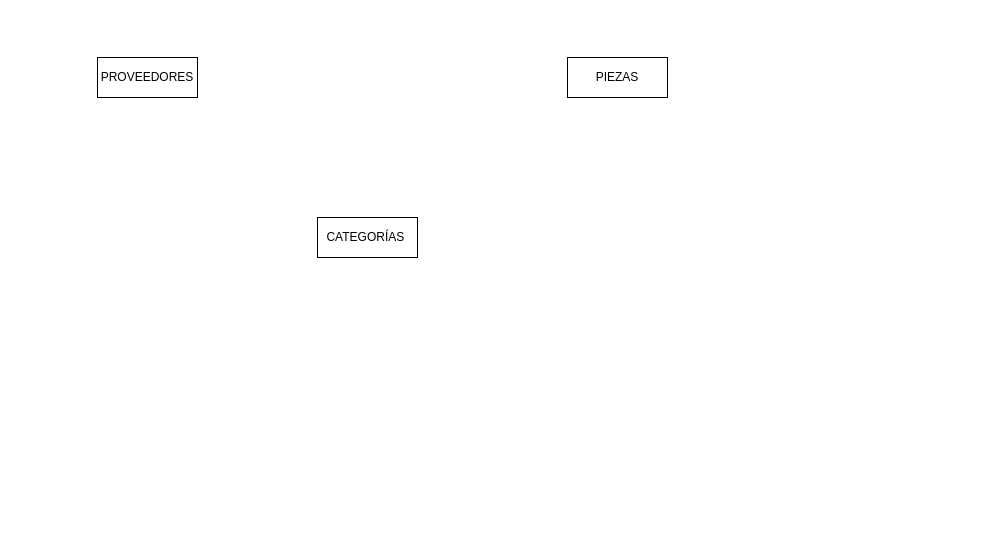
IVONNE80/BASE-DE-DATOS keeps this draw.io diagram as DIAGRAMAN/Proyectofinal.drawio. Above is the earlier version. Source tidied: cells renumbered, new cells numbered last; positions are measured from the earlier drawing's top-left corner, leaving out a move shared by most shapes. Both pictures are drawn from the tidied source at 100%, with x=0, y=0 at pixel (97, 57).
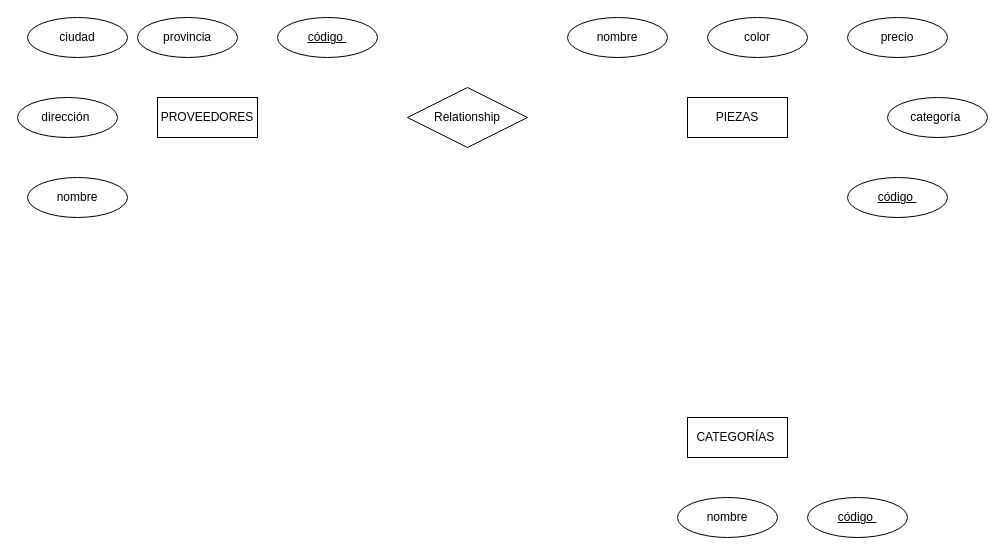
The same page after the edit.

Change to the diagram source:
```diff
@@
 <mxGraphModel>
   <root>
     <mxCell id="0" />
     <mxCell id="1" parent="0" />
     <mxCell id="2" value="PROVEEDORES" style="whiteSpace=wrap;html=1;align=center;" parent="1" vertex="1">
-      <mxGeometry width="100" height="40" as="geometry" />
+      <mxGeometry x="60" y="40" width="100" height="40" as="geometry" />
     </mxCell>
     <mxCell id="3" value="PIEZAS" style="whiteSpace=wrap;html=1;align=center;" parent="1" vertex="1">
-      <mxGeometry x="470" width="100" height="40" as="geometry" />
+      <mxGeometry x="590" y="40" width="100" height="40" as="geometry" />
     </mxCell>
     <mxCell id="4" value="CATEGORÍAS&amp;nbsp;" style="whiteSpace=wrap;html=1;align=center;" parent="1" vertex="1">
-      <mxGeometry x="220" y="160" width="100" height="40" as="geometry" />
+      <mxGeometry x="590" y="360" width="100" height="40" as="geometry" />
     </mxCell>
+    <mxCell id="5" value="nombre" style="ellipse;whiteSpace=wrap;html=1;align=center;" parent="1" vertex="1">
+      <mxGeometry x="-70" y="120" width="100" height="40" as="geometry" />
+    </mxCell>
+    <mxCell id="6" value="dirección&amp;nbsp;" style="ellipse;whiteSpace=wrap;html=1;align=center;" parent="1" vertex="1">
+      <mxGeometry x="-80" y="40" width="100" height="40" as="geometry" />
+    </mxCell>
+    <mxCell id="7" value="ciudad" style="ellipse;whiteSpace=wrap;html=1;align=center;" parent="1" vertex="1">
+      <mxGeometry x="-70" y="-40" width="100" height="40" as="geometry" />
+    </mxCell>
+    <mxCell id="8" value="provincia" style="ellipse;whiteSpace=wrap;html=1;align=center;" parent="1" vertex="1">
+      <mxGeometry x="40" y="-40" width="100" height="40" as="geometry" />
+    </mxCell>
+    <mxCell id="9" value="código&amp;nbsp;" style="ellipse;whiteSpace=wrap;html=1;align=center;fontStyle=4;" parent="1" vertex="1">
+      <mxGeometry x="180" y="-40" width="100" height="40" as="geometry" />
+    </mxCell>
+    <mxCell id="10" value="código&amp;nbsp;" style="ellipse;whiteSpace=wrap;html=1;align=center;fontStyle=4;" parent="1" vertex="1">
+      <mxGeometry x="750" y="120" width="100" height="40" as="geometry" />
+    </mxCell>
+    <mxCell id="11" value="nombre" style="ellipse;whiteSpace=wrap;html=1;align=center;" parent="1" vertex="1">
+      <mxGeometry x="470" y="-40" width="100" height="40" as="geometry" />
+    </mxCell>
+    <mxCell id="12" value="color" style="ellipse;whiteSpace=wrap;html=1;align=center;" parent="1" vertex="1">
+      <mxGeometry x="610" y="-40" width="100" height="40" as="geometry" />
+    </mxCell>
+    <mxCell id="13" value="precio" style="ellipse;whiteSpace=wrap;html=1;align=center;" parent="1" vertex="1">
+      <mxGeometry x="750" y="-40" width="100" height="40" as="geometry" />
+    </mxCell>
+    <mxCell id="14" value="categoría&amp;nbsp;" style="ellipse;whiteSpace=wrap;html=1;align=center;" parent="1" vertex="1">
+      <mxGeometry x="790" y="40" width="100" height="40" as="geometry" />
+    </mxCell>
+    <mxCell id="15" value="nombre" style="ellipse;whiteSpace=wrap;html=1;align=center;" parent="1" vertex="1">
+      <mxGeometry x="580" y="440" width="100" height="40" as="geometry" />
+    </mxCell>
+    <mxCell id="16" value="código&amp;nbsp;" style="ellipse;whiteSpace=wrap;html=1;align=center;fontStyle=4;" parent="1" vertex="1">
+      <mxGeometry x="710" y="440" width="100" height="40" as="geometry" />
+    </mxCell>
+    <mxCell id="17" value="Relationship" style="shape=rhombus;perimeter=rhombusPerimeter;whiteSpace=wrap;html=1;align=center;" parent="1" vertex="1">
+      <mxGeometry x="310" y="30" width="120" height="60" as="geometry" />
+    </mxCell>
   </root>
 </mxGraphModel>
```
